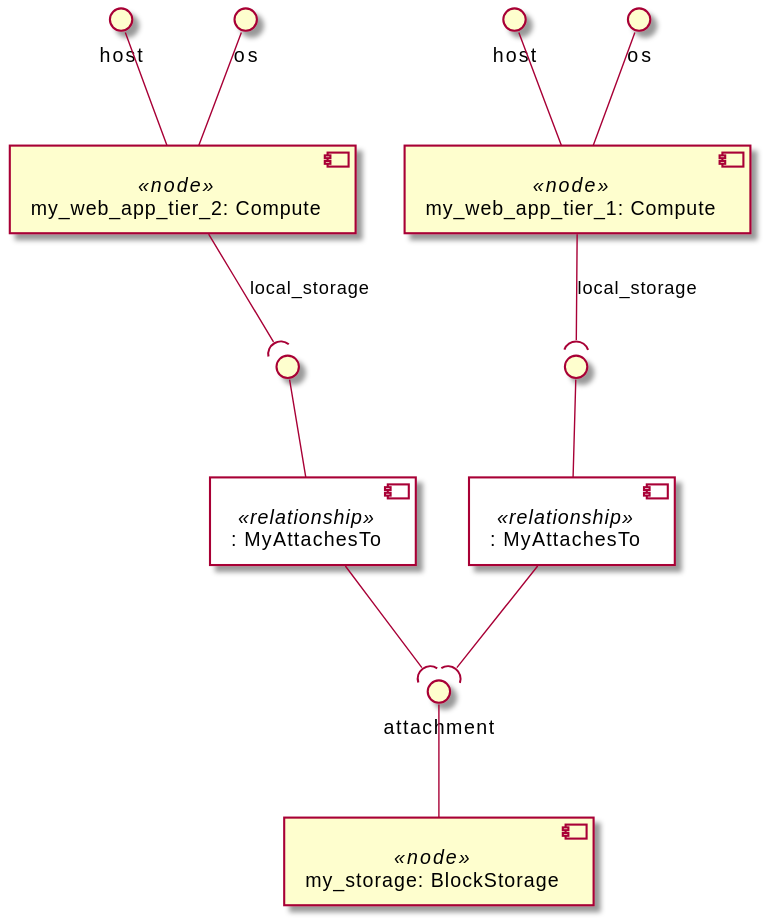
This is examples/ariatosca/diagrams/uml2/block-storage-4-1.0-uml2-component-diagram2.svg from Orange-OpenSource/Cloudnet-TOSCA-toolbox, a PlantUML export, as it was before one commit.
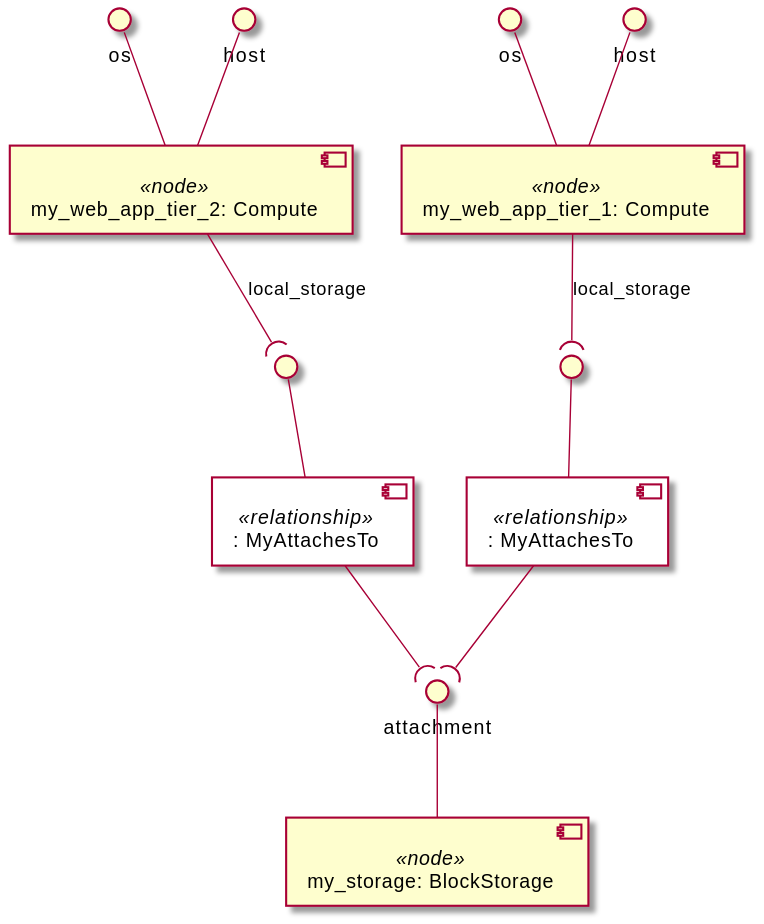
The same diagram one commit later.

What changed in the source:
```diff
@@ -5,20 +5,20 @@
 }
 
 component "my_web_app_tier_1: Compute" <<node>> as node_my_web_app_tier_1
+interface "os" as node_my_web_app_tier_1_os
+node_my_web_app_tier_1_os -- node_my_web_app_tier_1
 interface "host" as node_my_web_app_tier_1_host
 node_my_web_app_tier_1_host -- node_my_web_app_tier_1
-interface "os" as node_my_web_app_tier_1_os
-node_my_web_app_tier_1_os -- node_my_web_app_tier_1
 component ": MyAttachesTo" <<relationship>> as node_my_web_app_tier_1_local_storage_relationship0
 interface " " as node_my_web_app_tier_1_local_storage_relationship0_source
 node_my_web_app_tier_1_local_storage_relationship0_source -- node_my_web_app_tier_1_local_storage_relationship0
 node_my_web_app_tier_1 --( node_my_web_app_tier_1_local_storage_relationship0_source : local_storage
 
 component "my_web_app_tier_2: Compute" <<node>> as node_my_web_app_tier_2
+interface "os" as node_my_web_app_tier_2_os
+node_my_web_app_tier_2_os -- node_my_web_app_tier_2
 interface "host" as node_my_web_app_tier_2_host
 node_my_web_app_tier_2_host -- node_my_web_app_tier_2
-interface "os" as node_my_web_app_tier_2_os
-node_my_web_app_tier_2_os -- node_my_web_app_tier_2
 component ": MyAttachesTo" <<relationship>> as node_my_web_app_tier_2_local_storage_relationship0
 interface " " as node_my_web_app_tier_2_local_storage_relationship0_source
 node_my_web_app_tier_2_local_storage_relationship0_source -- node_my_web_app_tier_2_local_storage_relationship0
```
